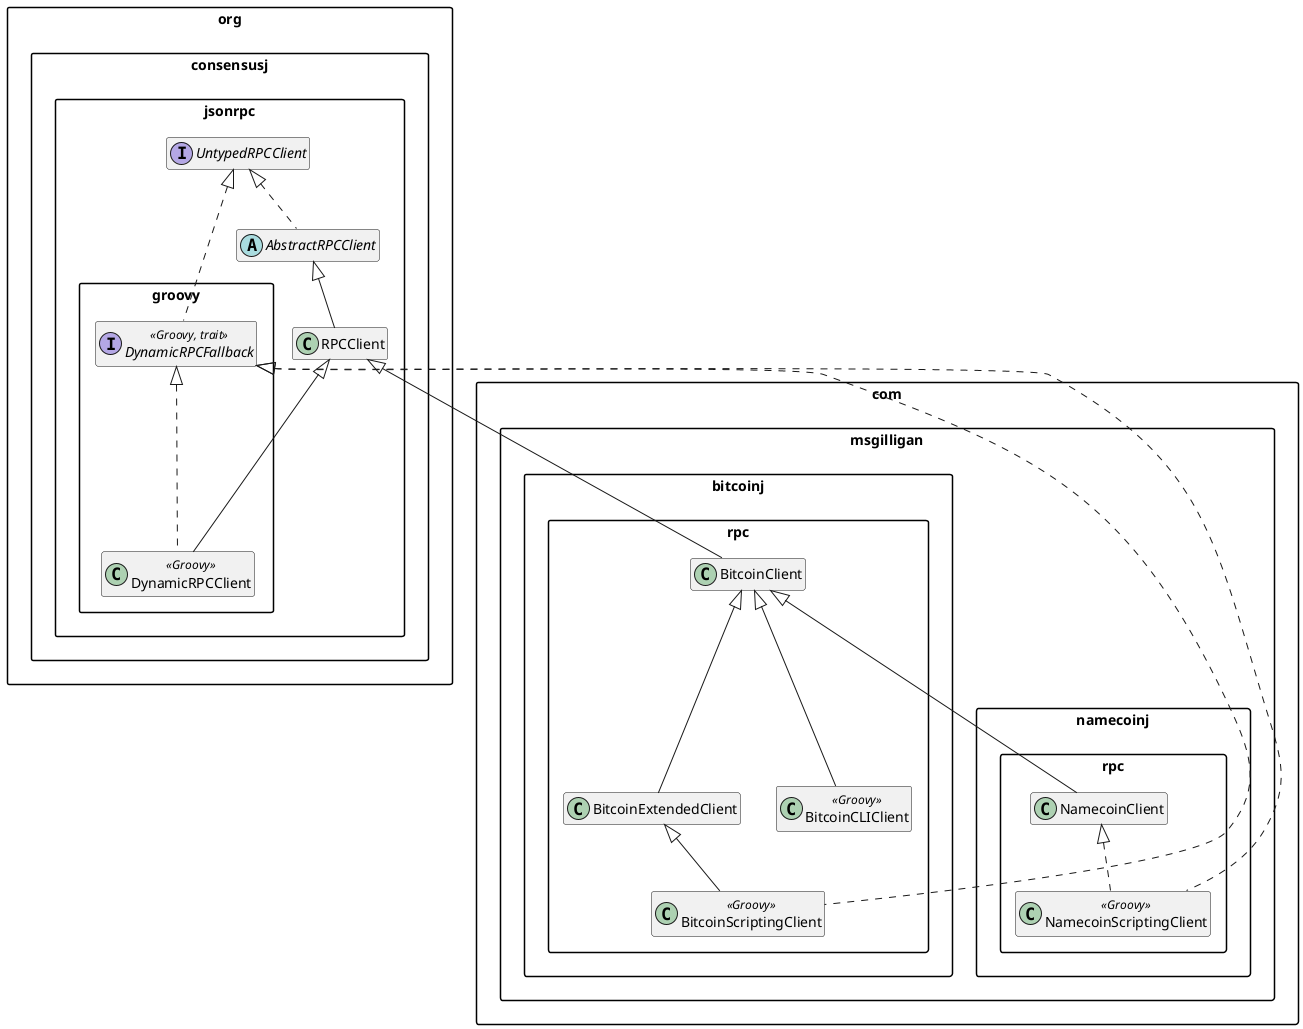
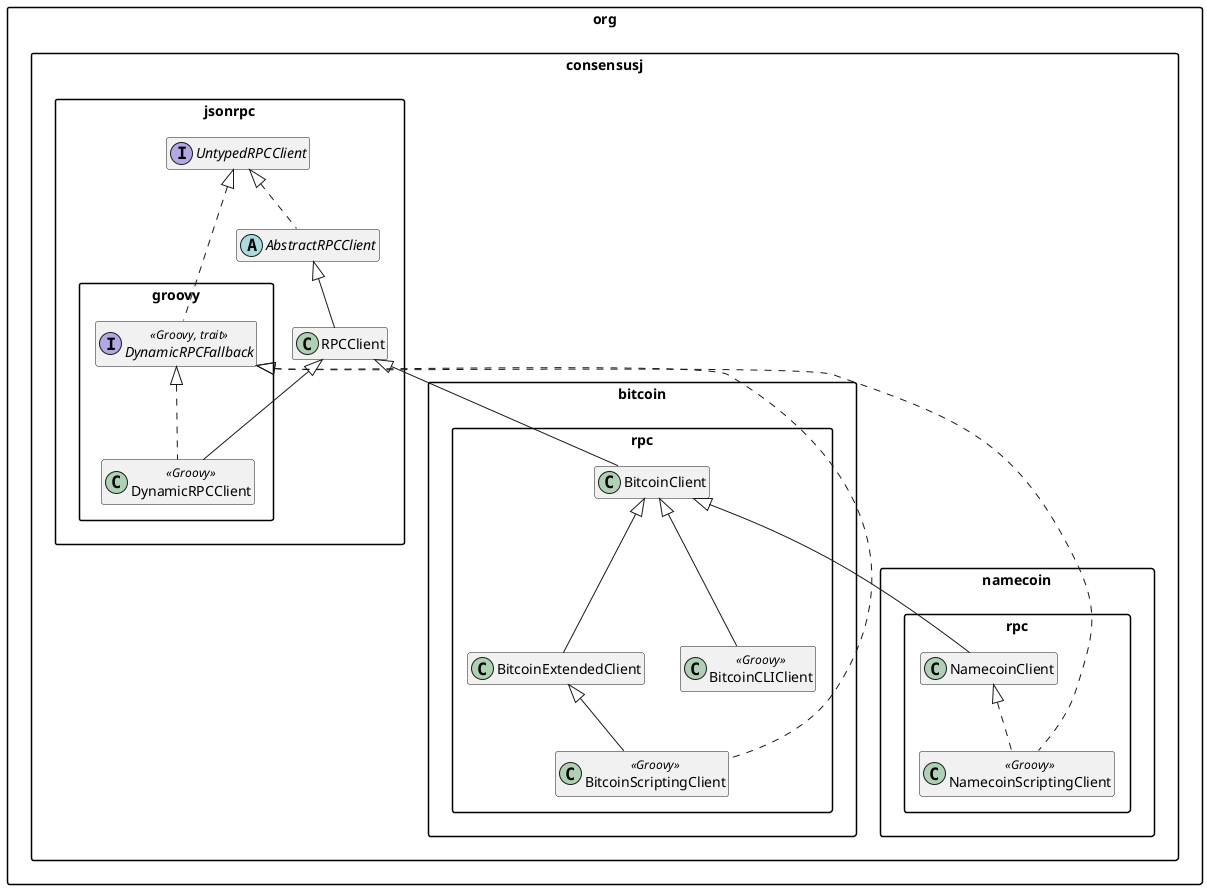
@startuml
skinparam packageStyle Rect
skinparam shadowing false
hide empty members

namespace org.consensusj.jsonrpc {
    interface UntypedRPCClient
    abstract class AbstractRPCClient
    class RPCClient

    UntypedRPCClient <|.. AbstractRPCClient
    AbstractRPCClient <|-- RPCClient

}

namespace org.consensusj.jsonrpc.groovy {
  interface DynamicRPCFallback << Groovy, trait >>
  class DynamicRPCClient << Groovy >>

  org.consensusj.jsonrpc.UntypedRPCClient <|.. DynamicRPCFallback
  org.consensusj.jsonrpc.RPCClient <|-- DynamicRPCClient
  DynamicRPCFallback <|.. DynamicRPCClient
}

- namespace com.msgilligan.bitcoinj.rpc {
+ namespace org.consensusj.bitcoin.rpc {
    class BitcoinClient
    class BitcoinExtendedClient

    class BitcoinScriptingClient << Groovy >>
    class BitcoinCLIClient << Groovy >>


    org.consensusj.jsonrpc.RPCClient <|-- BitcoinClient
    BitcoinClient <|-- BitcoinExtendedClient
    BitcoinExtendedClient <|-- BitcoinScriptingClient
    org.consensusj.jsonrpc.groovy.DynamicRPCFallback <|.. BitcoinScriptingClient
    BitcoinClient <|-- BitcoinCLIClient
}

- namespace com.msgilligan.namecoinj.rpc {
+ namespace org.consensusj.namecoin.rpc {
    class NamecoinClient
    class NamecoinScriptingClient << Groovy >>

-     com.msgilligan.bitcoinj.rpc.BitcoinClient <|-- NamecoinClient
+     org.consensusj.bitcoin.rpc.BitcoinClient <|-- NamecoinClient
    NamecoinClient <|.. NamecoinScriptingClient
    org.consensusj.jsonrpc.groovy.DynamicRPCFallback <|.. NamecoinScriptingClient
}
@enduml

